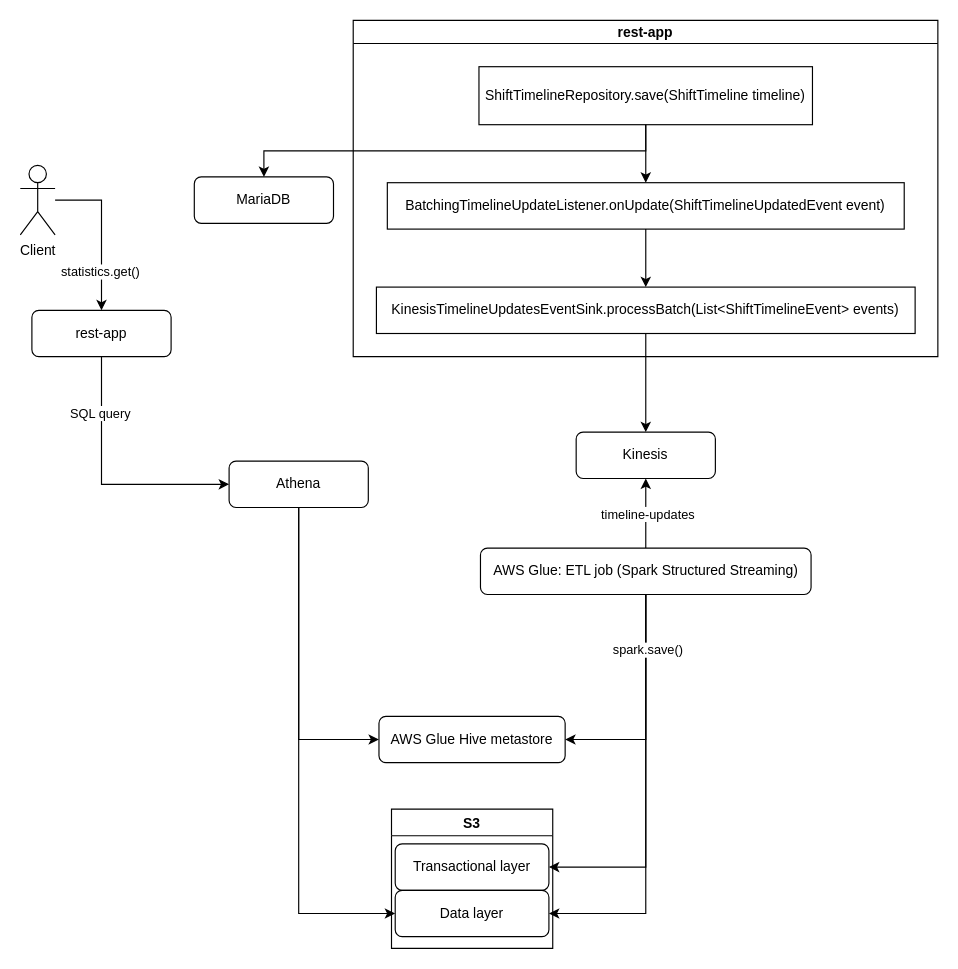
evoconou/draw.io keeps this draw.io diagram as diagrams/reporting.drawio. Above is the earlier version. Source tidied: cells renumbered, new cells numbered last; positions are measured from the earlier drawing's top-left corner, leaving out a move shared by most shapes. Both pictures are drawn from the tidied source at 116%, with x=0, y=0 at pixel (20, 20).
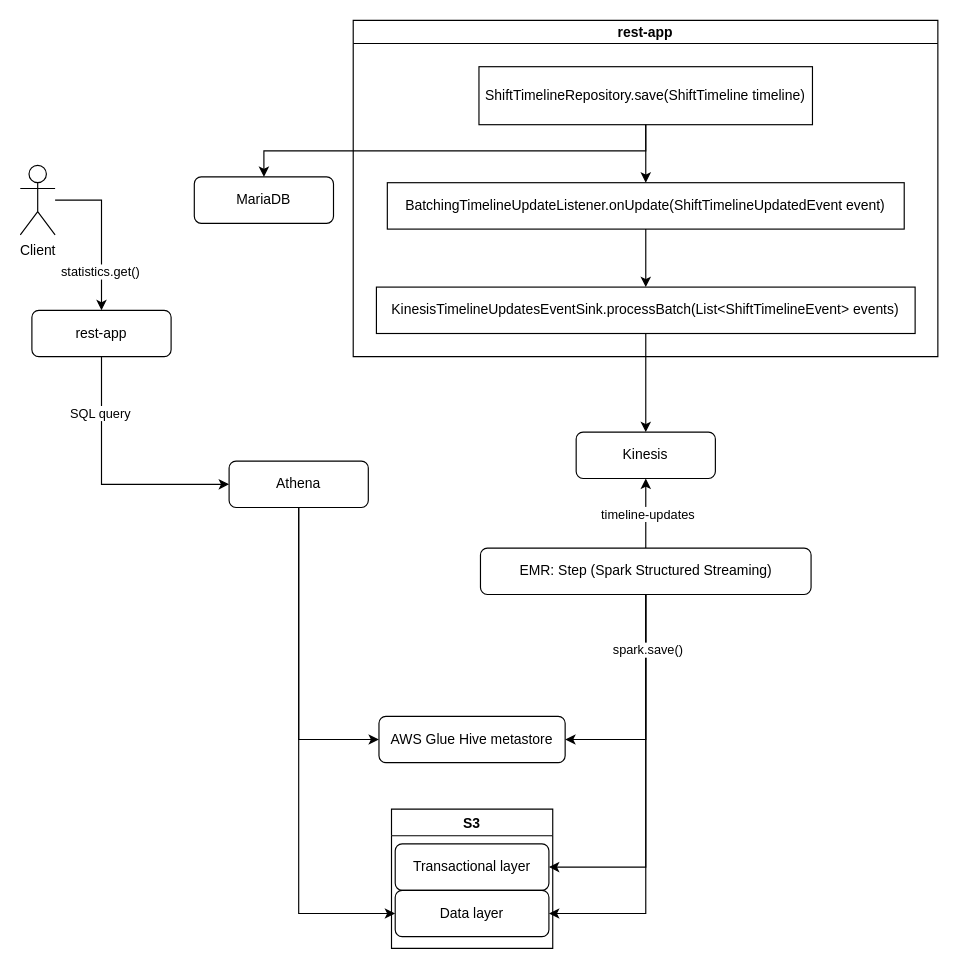
After the change.

Diff of the diagram source:
```diff
@@
-    <mxCell id="9" value="AWS Glue: ETL job (Spark Structured Streaming)" style="rounded=1;whiteSpace=wrap;html=1;fontSize=12;glass=0;strokeWidth=1;shadow=0;" parent="1" vertex="1">
+    <mxCell id="9" value="EMR: Step (Spark Structured Streaming)" style="rounded=1;whiteSpace=wrap;html=1;fontSize=12;glass=0;strokeWidth=1;shadow=0;" parent="1" vertex="1">
       <mxGeometry x="396.7" y="455" width="285" height="40" as="geometry" />
     </mxCell>
```
